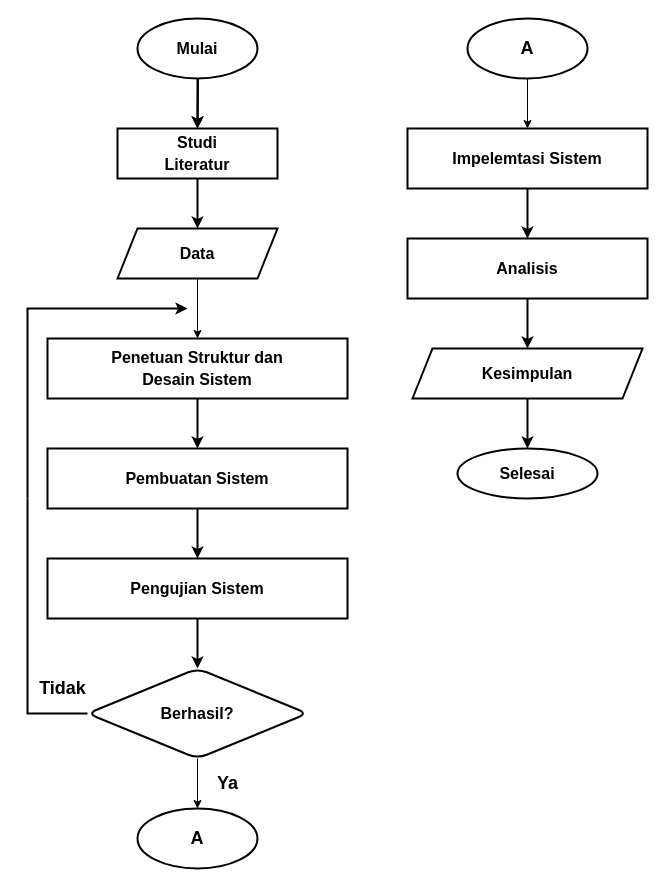
Earlier version of the draw.io diagram Untitled Diagram.drawio (Harlan-Aan/school-management). Source tidied: cells renumbered, new cells numbered last; positions are measured from the earlier drawing's top-left corner, leaving out a move shared by most shapes. Both pictures are drawn from the tidied source at 100%, with x=0, y=0 at pixel (-33, 18).
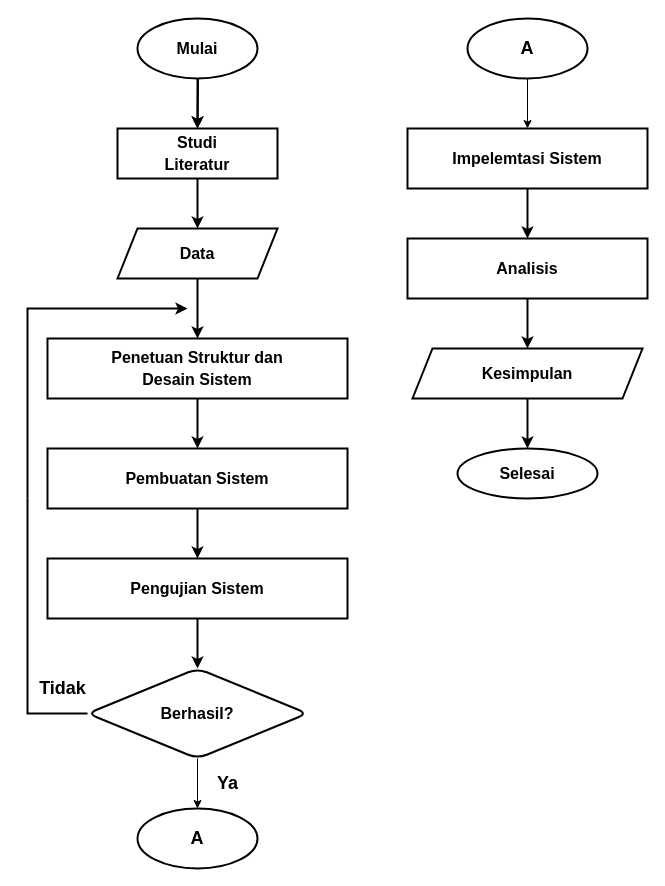
The same diagram, later.

Unchanged cells that the change refers to:
```xml
<mxCell id="6" value="&lt;font style=&quot;font-size: 16px&quot;&gt;Data&lt;/font&gt;" style="shape=parallelogram;perimeter=parallelogramPerimeter;whiteSpace=wrap;html=1;fixedSize=1;rounded=0;strokeWidth=2;fontStyle=1;fontFamily=Helvetica;spacing=40;fontSize=18;" parent="1" vertex="1">
  <mxGeometry x="150" y="210" width="160" height="50" as="geometry" />
</mxCell>
<mxCell id="8" value="&lt;font style=&quot;font-size: 16px&quot;&gt;Penetuan Struktur dan Desain Sistem&lt;/font&gt;" style="whiteSpace=wrap;html=1;rounded=0;strokeWidth=2;fontStyle=1;fontFamily=Helvetica;spacing=40;fontSize=18;" parent="1" vertex="1">
  <mxGeometry x="80" y="320" width="300" height="60" as="geometry" />
</mxCell>
```

Diff of the diagram source:
```diff
@@
-    <mxCell id="5" style="edgeStyle=orthogonalEdgeStyle;rounded=0;jettySize=auto;html=1;" parent="1" edge="1" source="6" target="8">
+    <mxCell id="5" style="edgeStyle=orthogonalEdgeStyle;rounded=0;jettySize=auto;html=1;strokeWidth=2;" parent="1" edge="1" source="6" target="8">
       <mxGeometry relative="1" as="geometry" />
     </mxCell>
```
